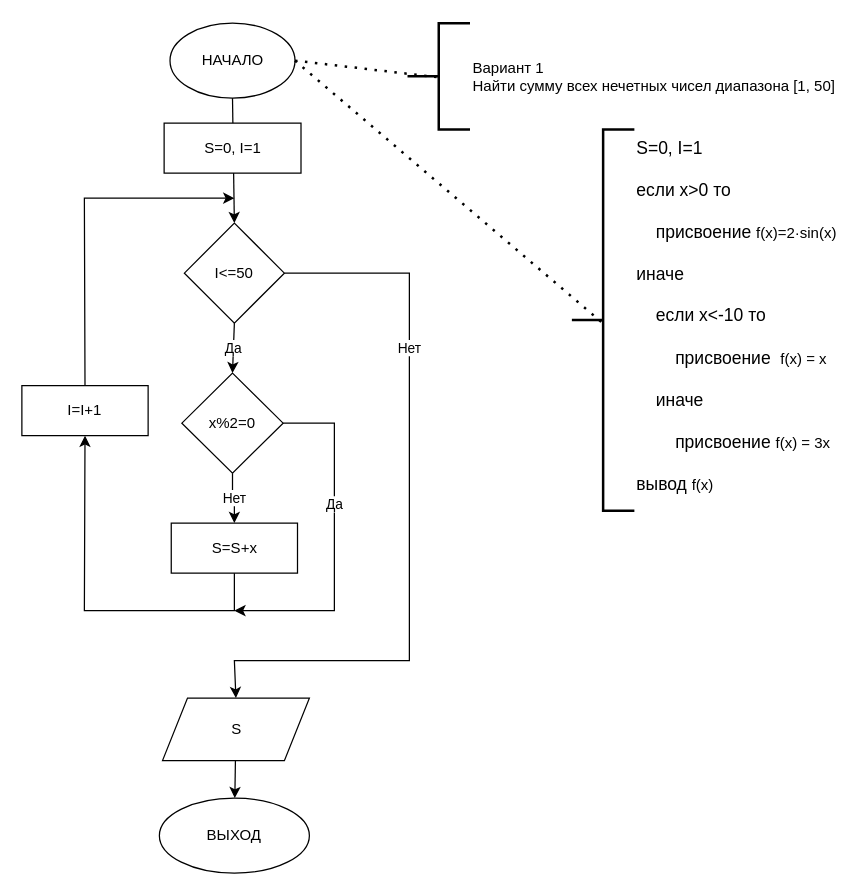
Earlier version of the draw.io diagram Task_02_01.drawio (paweltaranov/Pawel_Taranov_Zadanie_01). Source tidied: cells renumbered, new cells numbered last; positions are measured from the earlier drawing's top-left corner, leaving out a move shared by most shapes. Both pictures are drawn from the tidied source at 125%, with x=0, y=0 at pixel (21, 22).
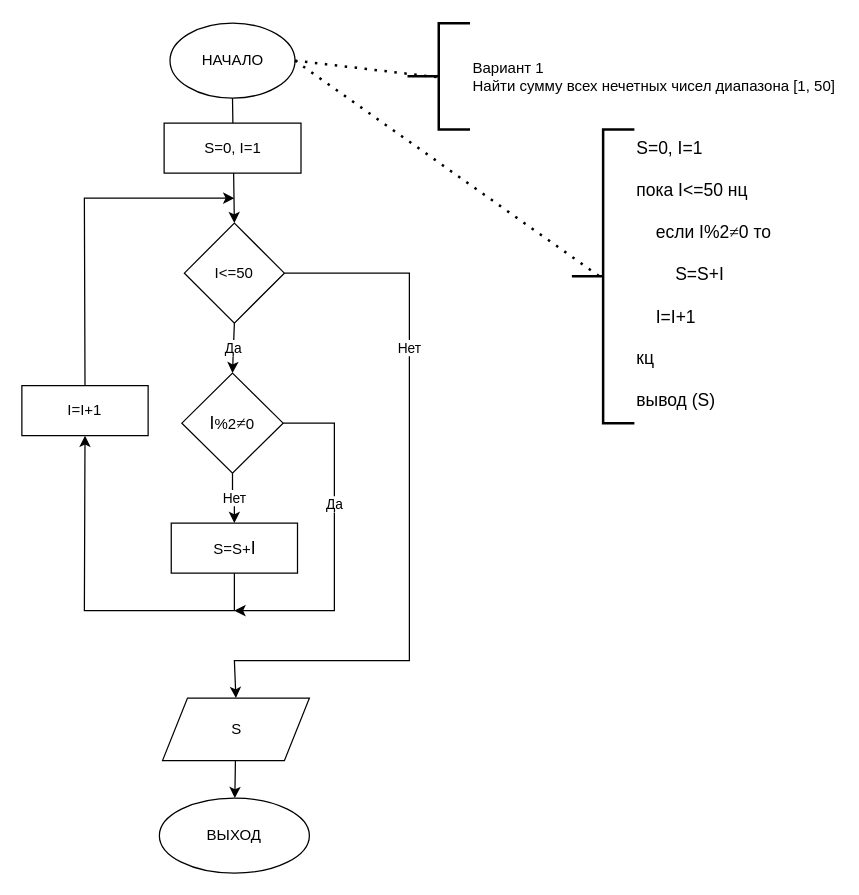
The same diagram, later.

What changed in the source:
```diff
@@
-    <mxCell id="6" value="x%2=0" style="rhombus;whiteSpace=wrap;html=1;" parent="1" vertex="1">
+    <mxCell id="6" value="&lt;span style=&quot;font-size: 14px ; text-align: left&quot;&gt;I&lt;/span&gt;%2&lt;span style=&quot;line-height: 115% ; font-family: &amp;#34;times new roman&amp;#34; , &amp;#34;serif&amp;#34;&quot;&gt;&lt;font style=&quot;font-size: 14px&quot;&gt;≠&lt;/font&gt;&lt;/span&gt;0" style="rhombus;whiteSpace=wrap;html=1;" parent="1" vertex="1">
       <mxGeometry x="128" y="280" width="81" height="80" as="geometry" />
     </mxCell>
@@
-    <mxCell id="13" value="S=0, I=1&lt;br&gt;&lt;br&gt;если x&amp;gt;0 то&lt;br&gt;&lt;span&gt; &lt;/span&gt;&lt;span&gt; &lt;/span&gt;&lt;br&gt;&lt;span&gt;&lt;/span&gt;&amp;nbsp; &amp;nbsp; присвоение&amp;nbsp;&lt;span style=&quot;font-size: 12px ; text-align: center&quot;&gt;f(x)=2·sin(x)&lt;/span&gt;&lt;br&gt;&amp;nbsp; &amp;nbsp;&amp;nbsp;&lt;br&gt;иначе &lt;br&gt;&amp;nbsp; &amp;nbsp; &lt;br&gt;&amp;nbsp; &amp;nbsp; если x&amp;lt;-10 то&lt;br&gt;&lt;br&gt;&amp;nbsp; &amp;nbsp; &amp;nbsp; &amp;nbsp; присвоение&amp;nbsp;&amp;nbsp;&lt;span style=&quot;font-size: 12px ; text-align: center&quot;&gt;f(x) = x&lt;/span&gt;&lt;br&gt;&lt;br&gt;&amp;nbsp; &amp;nbsp; иначе&amp;nbsp;&lt;br&gt;&lt;br&gt;&amp;nbsp; &amp;nbsp; &amp;nbsp; &amp;nbsp; присвоение&amp;nbsp;&lt;span style=&quot;font-size: 12px ; text-align: center&quot;&gt;f(x) = 3&lt;/span&gt;&lt;span style=&quot;font-size: 12px ; text-align: center&quot;&gt;x&lt;/span&gt;&lt;br&gt;&lt;br&gt;вывод&amp;nbsp;&lt;span style=&quot;font-size: 12px ; text-align: center&quot;&gt;f(x)&lt;/span&gt;" style="strokeWidth=2;html=1;shape=mxgraph.flowchart.annotation_2;align=left;labelPosition=right;verticalAlign=top;fontSize=14;spacing=2;spacingBottom=0;spacingLeft=0;spacingTop=0;horizontal=1;" parent="1" vertex="1">
-      <mxGeometry x="440" y="85" width="50" height="305" as="geometry" />
+    <mxCell id="13" value="S=0, I=1&lt;br&gt;&lt;br&gt;пока I&amp;lt;=50 нц&lt;br&gt;&lt;span&gt; &lt;/span&gt;&lt;span&gt; &lt;/span&gt;&lt;br&gt;&lt;span&gt;&lt;/span&gt;&lt;font style=&quot;font-size: 14px&quot;&gt;&amp;nbsp; &amp;nbsp; если I%2&lt;span style=&quot;line-height: 115% ; font-family: &amp;#34;times new roman&amp;#34; , &amp;#34;serif&amp;#34;&quot;&gt;≠&lt;/span&gt;0 то&lt;br&gt;&lt;br&gt;&amp;nbsp; &amp;nbsp; &amp;nbsp; &amp;nbsp; S=S+I&lt;br&gt;&lt;/font&gt;&amp;nbsp; &amp;nbsp;&amp;nbsp;&lt;br&gt;&amp;nbsp; &amp;nbsp; I=I+1&lt;br&gt;&amp;nbsp; &amp;nbsp; &lt;br&gt;кц&lt;br&gt;&lt;br&gt;вывод (S)&amp;nbsp; &amp;nbsp; &amp;nbsp; &amp;nbsp;" style="strokeWidth=2;html=1;shape=mxgraph.flowchart.annotation_2;align=left;labelPosition=right;verticalAlign=top;fontSize=14;spacing=2;spacingBottom=0;spacingLeft=0;spacingTop=0;horizontal=1;" parent="1" vertex="1">
+      <mxGeometry x="440" y="85" width="50" height="235" as="geometry" />
     </mxCell>
@@
-    <mxCell id="15" value="S=S+x" style="whiteSpace=wrap;html=1;" parent="1" vertex="1">
+    <mxCell id="15" value="S=S+&lt;span style=&quot;font-size: 14px ; text-align: left&quot;&gt;I&lt;/span&gt;" style="whiteSpace=wrap;html=1;" parent="1" vertex="1">
       <mxGeometry x="119.5" y="400" width="101" height="40" as="geometry" />
     </mxCell>
```
